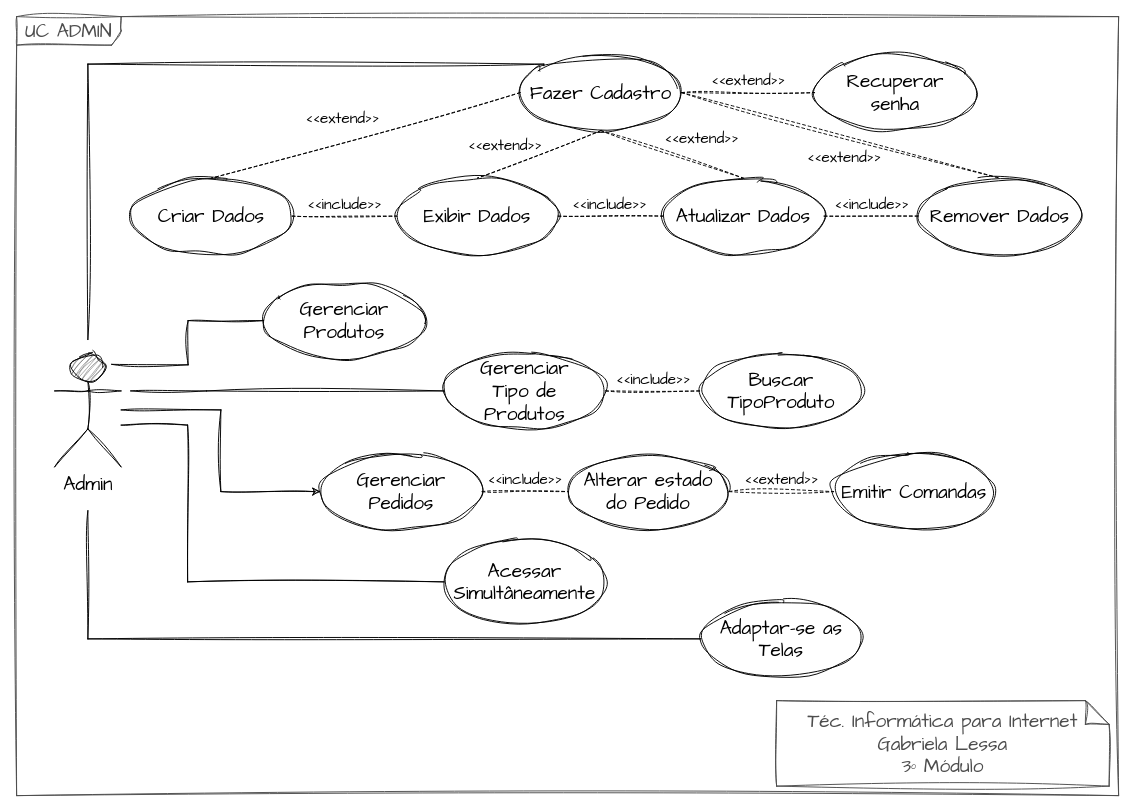
Earlier version of the draw.io diagram Admin - Caso de Uso.drawio (gabi-lessa/AnaliseProjetoSistemas). Source tidied: cells renumbered, new cells numbered last; positions are measured from the earlier drawing's top-left corner, leaving out a move shared by most shapes. Both pictures are drawn from the tidied source at 95%, with x=0, y=0 at pixel (16, 16).
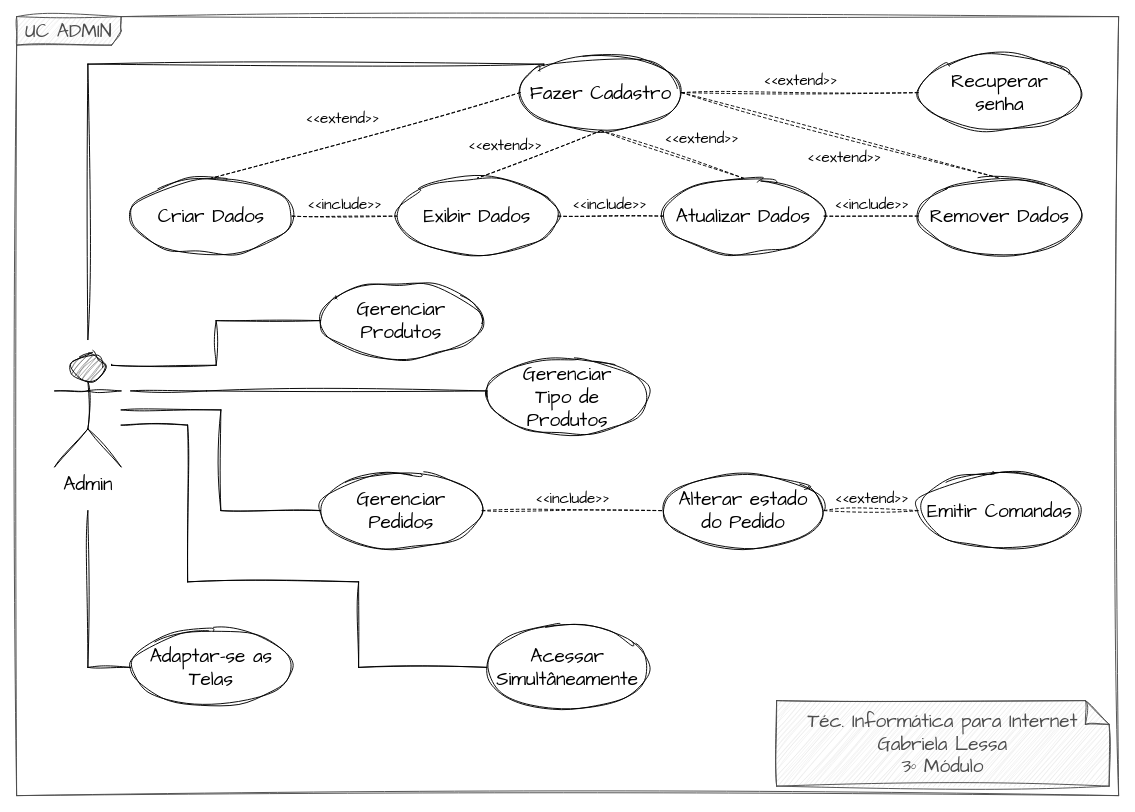
Above is the later version.

Unchanged cells that the change refers to:
```xml
<mxCell id="9" value="Admin" style="shape=umlActor;verticalLabelPosition=bottom;verticalAlign=top;html=1;hachureGap=4;fontFamily=Architects Daughter;fontSize=20;rounded=0;fillStyle=hatch;fillColor=#4D4D4D;sketch=1;curveFitting=1;jiggle=2;" parent="1" vertex="1">
  <mxGeometry x="40" y="354" width="70" height="120" as="geometry" />
</mxCell>
```

The edit, as a diff of the source:
```diff
@@
-    <mxCell id="2" value="UC ADMIN" style="shape=umlFrame;whiteSpace=wrap;html=1;hachureGap=4;fontFamily=Architects Daughter;fontSize=20;width=110;height=30;strokeColor=#4D4D4D;fontColor=#4D4D4D;rounded=0;sketch=1;curveFitting=1;jiggle=2;" parent="1" vertex="1">
+    <mxCell id="2" value="UC ADMIN" style="shape=umlFrame;whiteSpace=wrap;html=1;hachureGap=4;fontFamily=Architects Daughter;fontSize=20;width=110;height=30;strokeColor=#4D4D4D;fontColor=#4D4D4D;rounded=0;fillColor=#E6E6E6;fillStyle=hachure;sketch=1;curveFitting=1;jiggle=2;" parent="1" vertex="1">
       <mxGeometry width="1160" height="820" as="geometry" />
     </mxCell>
     <mxCell id="3" style="edgeStyle=orthogonalEdgeStyle;hachureGap=4;jettySize=auto;html=1;entryX=0;entryY=0.5;entryDx=0;entryDy=0;fontFamily=Architects Daughter;fontSize=16;rounded=0;endArrow=none;endFill=0;sketch=1;curveFitting=1;jiggle=2;" parent="1" edge="1" target="11">
       <mxGeometry relative="1" as="geometry">
         <mxPoint x="100" y="366" as="sourcePoint" />
+        <Array as="points">
+          <mxPoint x="100" y="367" />
+          <mxPoint x="210" y="367" />
+          <mxPoint x="210" y="320" />
+        </Array>
       </mxGeometry>
     </mxCell>
@@
-    <mxCell id="5" style="edgeStyle=orthogonalEdgeStyle;hachureGap=4;jettySize=auto;html=1;entryX=0;entryY=0.5;entryDx=0;entryDy=0;fontFamily=Architects Daughter;fontSize=16;rounded=0;sketch=1;curveFitting=1;jiggle=2;" parent="1" edge="1" source="9" target="18">
+    <mxCell id="5" style="edgeStyle=orthogonalEdgeStyle;hachureGap=4;jettySize=auto;html=1;entryX=0;entryY=0.5;entryDx=0;entryDy=0;fontFamily=Architects Daughter;fontSize=16;rounded=0;endArrow=none;endFill=0;sketch=1;curveFitting=1;jiggle=2;" parent="1" edge="1" source="9" target="18">
       <mxGeometry relative="1" as="geometry" />
     </mxCell>
@@
     <mxCell id="7" style="edgeStyle=orthogonalEdgeStyle;hachureGap=4;jettySize=auto;html=1;entryX=0;entryY=0.5;entryDx=0;entryDy=0;fontFamily=Architects Daughter;fontSize=16;endArrow=none;endFill=0;rounded=0;sketch=1;curveFitting=1;jiggle=2;" parent="1" edge="1" source="9" target="23">
       <mxGeometry relative="1" as="geometry">
         <Array as="points">
           <mxPoint x="180" y="430" />
           <mxPoint x="180" y="595" />
+          <mxPoint x="360" y="595" />
+          <mxPoint x="360" y="685" />
         </Array>
       </mxGeometry>
     </mxCell>
-    <mxCell id="8" style="edgeStyle=orthogonalEdgeStyle;hachureGap=4;jettySize=auto;html=1;entryX=0;entryY=0.5;entryDx=0;entryDy=0;fontFamily=Architects Daughter;fontSize=16;endArrow=none;endFill=0;rounded=0;sketch=1;curveFitting=1;jiggle=2;" parent="1" edge="1" target="24">
+    <mxCell id="8" style="edgeStyle=orthogonalEdgeStyle;hachureGap=4;jettySize=auto;html=1;fontFamily=Architects Daughter;fontSize=16;endArrow=none;endFill=0;rounded=0;entryX=0;entryY=0.5;entryDx=0;entryDy=0;sketch=1;curveFitting=1;jiggle=2;" parent="1" edge="1" target="24">
       <mxGeometry relative="1" as="geometry">
         <mxPoint x="75" y="520" as="sourcePoint" />
         <Array as="points">
-          <mxPoint x="75" y="655" />
+          <mxPoint x="75" y="685" />
         </Array>
       </mxGeometry>
     </mxCell>
@@
-    <mxCell id="10" value="&lt;div style=&quot;border-color: var(--border-color);&quot;&gt;Téc. Informática para Internet&lt;/div&gt;&lt;div style=&quot;border-color: var(--border-color);&quot;&gt;&lt;span style=&quot;border-color: var(--border-color); background-color: initial;&quot;&gt;Gabriela Lessa&lt;/span&gt;&lt;/div&gt;&lt;div style=&quot;border-color: var(--border-color);&quot;&gt;&lt;span style=&quot;border-color: var(--border-color); background-color: initial;&quot;&gt;3º Módulo&lt;/span&gt;&lt;/div&gt;" style="shape=note2;boundedLbl=1;whiteSpace=wrap;html=1;size=25;verticalAlign=middle;align=center;hachureGap=4;fontFamily=Architects Daughter;fontSize=20;fillColor=none;rounded=0;fontColor=#4D4D4D;strokeColor=#4D4D4D;sketch=1;curveFitting=1;jiggle=2;" parent="1" vertex="1">
+    <mxCell id="10" value="&lt;div style=&quot;border-color: var(--border-color);&quot;&gt;Téc. Informática para Internet&lt;/div&gt;&lt;div style=&quot;border-color: var(--border-color);&quot;&gt;&lt;span style=&quot;border-color: var(--border-color); background-color: initial;&quot;&gt;Gabriela Lessa&lt;/span&gt;&lt;/div&gt;&lt;div style=&quot;border-color: var(--border-color);&quot;&gt;&lt;span style=&quot;border-color: var(--border-color); background-color: initial;&quot;&gt;3º Módulo&lt;/span&gt;&lt;/div&gt;" style="shape=note2;boundedLbl=1;whiteSpace=wrap;html=1;size=25;verticalAlign=middle;align=center;hachureGap=4;fontFamily=Architects Daughter;fontSize=20;fillColor=#E6E6E6;rounded=0;fontColor=#4D4D4D;strokeColor=#4D4D4D;fillStyle=hachure;sketch=1;curveFitting=1;jiggle=2;" parent="1" vertex="1">
       <mxGeometry x="800" y="720" width="350" height="90" as="geometry" />
     </mxCell>
     <mxCell id="11" value="Gerenciar&lt;br&gt;Produtos" style="ellipse;whiteSpace=wrap;html=1;hachureGap=4;fontFamily=Architects Daughter;fontSize=20;fillColor=none;rounded=0;sketch=1;curveFitting=1;jiggle=2;" parent="1" vertex="1">
-      <mxGeometry x="260" y="280" width="170" height="80" as="geometry" />
+      <mxGeometry x="320" y="280" width="170" height="80" as="geometry" />
     </mxCell>
     <mxCell id="12" value="Gerenciar&lt;br&gt;Tipo de&lt;br&gt;Produtos" style="ellipse;whiteSpace=wrap;html=1;hachureGap=4;fontFamily=Architects Daughter;fontSize=20;fillColor=none;rounded=0;sketch=1;curveFitting=1;jiggle=2;" parent="1" vertex="1">
-      <mxGeometry x="450" y="354" width="170" height="80" as="geometry" />
+      <mxGeometry x="495" y="360" width="170" height="80" as="geometry" />
     </mxCell>
@@
     <mxCell id="18" value="Gerenciar&lt;br&gt;Pedidos" style="ellipse;whiteSpace=wrap;html=1;hachureGap=4;fontFamily=Architects Daughter;fontSize=20;fillColor=none;rounded=0;sketch=1;curveFitting=1;jiggle=2;" parent="1" vertex="1">
-      <mxGeometry x="320" y="460" width="170" height="80" as="geometry" />
+      <mxGeometry x="320" y="480" width="170" height="80" as="geometry" />
     </mxCell>
     <mxCell id="19" value="Recuperar &lt;br&gt;senha" style="ellipse;whiteSpace=wrap;html=1;hachureGap=4;fontFamily=Architects Daughter;fontSize=20;fillColor=none;rounded=0;sketch=1;curveFitting=1;jiggle=2;" parent="1" vertex="1">
-      <mxGeometry x="840" y="40" width="170" height="80" as="geometry" />
+      <mxGeometry x="950" y="40" width="170" height="80" as="geometry" />
     </mxCell>
     <mxCell id="20" value="Emitir Comandas" style="ellipse;whiteSpace=wrap;html=1;hachureGap=4;fontFamily=Architects Daughter;fontSize=20;fillColor=none;rounded=0;sketch=1;curveFitting=1;jiggle=2;" parent="1" vertex="1">
-      <mxGeometry x="860" y="460" width="170" height="80" as="geometry" />
+      <mxGeometry x="950" y="480" width="170" height="80" as="geometry" />
     </mxCell>
     <mxCell id="21" value="Alterar estado&lt;br&gt;do Pedido" style="ellipse;whiteSpace=wrap;html=1;hachureGap=4;fontFamily=Architects Daughter;fontSize=20;fillColor=none;rounded=0;sketch=1;curveFitting=1;jiggle=2;" parent="1" vertex="1">
-      <mxGeometry x="580" y="460" width="170" height="80" as="geometry" />
+      <mxGeometry x="680" y="480" width="170" height="80" as="geometry" />
     </mxCell>
-    <mxCell id="22" value="Buscar TipoProduto" style="ellipse;whiteSpace=wrap;html=1;hachureGap=4;fontFamily=Architects Daughter;fontSize=20;fillColor=none;rounded=0;sketch=1;curveFitting=1;jiggle=2;" parent="1" vertex="1">
-      <mxGeometry x="720" y="354" width="170" height="80" as="geometry" />
-    </mxCell>
     <mxCell id="23" value="Acessar Simultâneamente" style="ellipse;whiteSpace=wrap;html=1;hachureGap=4;fontFamily=Architects Daughter;fontSize=20;fillColor=none;rounded=0;sketch=1;curveFitting=1;jiggle=2;" parent="1" vertex="1">
-      <mxGeometry x="450" y="550" width="170" height="90" as="geometry" />
+      <mxGeometry x="495" y="640" width="170" height="90" as="geometry" />
     </mxCell>
     <mxCell id="24" value="Adaptar-se as Telas" style="ellipse;whiteSpace=wrap;html=1;hachureGap=4;fontFamily=Architects Daughter;fontSize=20;fillColor=none;rounded=0;sketch=1;curveFitting=1;jiggle=2;" parent="1" vertex="1">
-      <mxGeometry x="720" y="615" width="170" height="80" as="geometry" />
+      <mxGeometry x="120" y="645" width="170" height="80" as="geometry" />
     </mxCell>
@@
-    <mxCell id="33" value="&amp;lt;&amp;lt;include&amp;gt;&amp;gt;" style="html=1;verticalAlign=bottom;labelBackgroundColor=none;endArrow=none;endFill=0;dashed=1;hachureGap=4;fontFamily=Architects Daughter;fontSize=16;rounded=0;exitX=1;exitY=0.5;exitDx=0;exitDy=0;entryX=0;entryY=0.5;entryDx=0;entryDy=0;sketch=1;curveFitting=1;jiggle=2;" parent="1" edge="1" source="12" target="22">
-      <mxGeometry relative="1" as="geometry" />
-    </mxCell>
```
